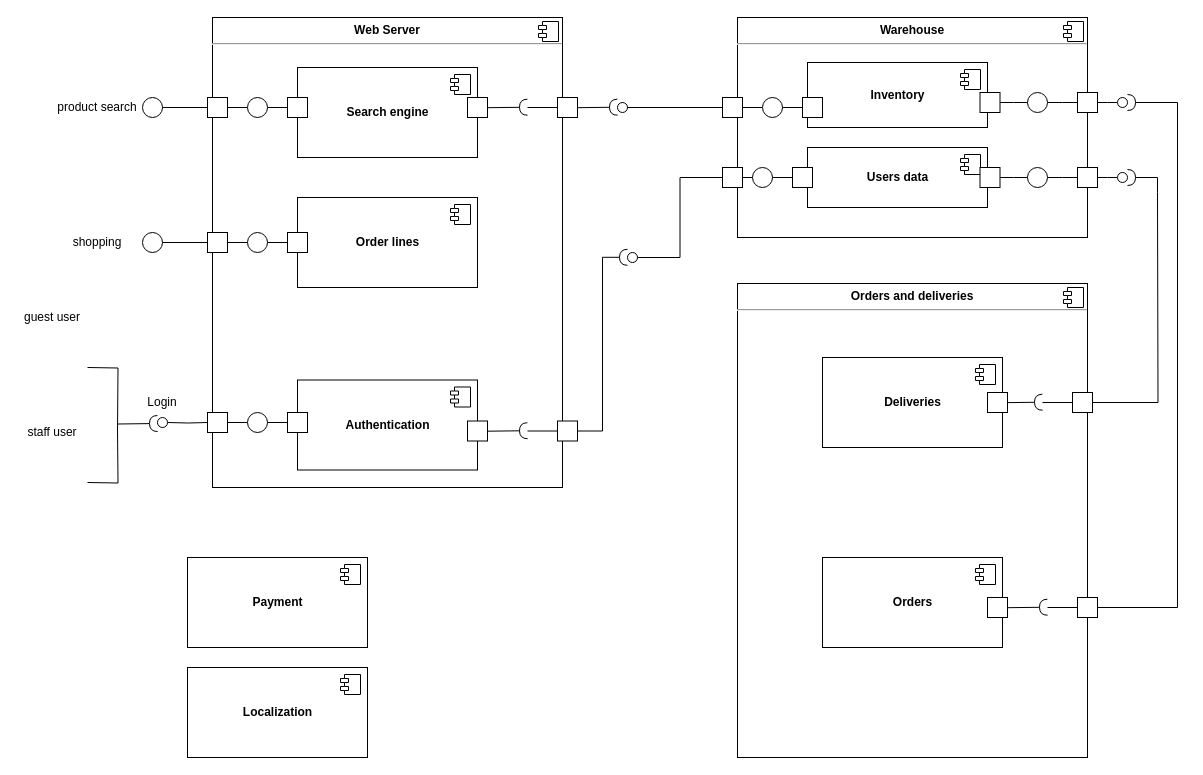
This is component_diagram.drawio from hintermeier-t/projet_6_solution_technique, a draw.io file, before an edit. Source tidied: cells renumbered, new cells numbered last; positions are measured from the earlier drawing's top-left corner, leaving out a move shared by most shapes. Both pictures are drawn from the tidied source at 100%, with x=0, y=0 at pixel (17, 17).
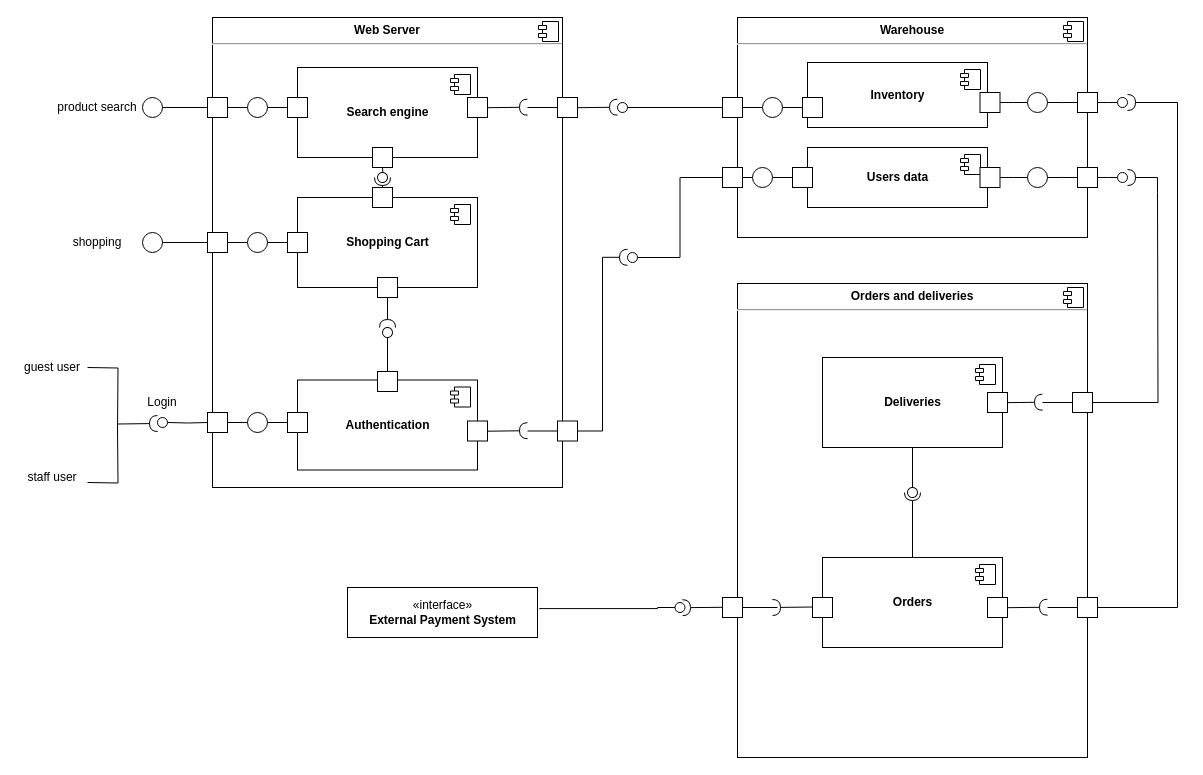
After the change.

Commit message (it also covers changes not shown here):
Mise à jour du diagramme de composants final, script SQL

The change refers to these unchanged cells:
```xml
<mxCell id="12" value="&lt;b&gt;Authentication&lt;/b&gt;" style="html=1;" parent="1" vertex="1">
  <mxGeometry x="280" y="362.5" width="180" height="90" as="geometry" />
</mxCell>
<mxCell id="18" value="&lt;b&gt;Orders&lt;/b&gt;" style="html=1;" parent="1" vertex="1">
  <mxGeometry x="805" y="540" width="180" height="90" as="geometry" />
</mxCell>
<mxCell id="20" value="&lt;b&gt;Deliveries&lt;/b&gt;" style="html=1;" parent="1" vertex="1">
  <mxGeometry x="805" y="340" width="180" height="90" as="geometry" />
</mxCell>
```

What changed in the source:
```diff
@@
     <mxCell id="11" value="staff user" style="text;html=1;strokeColor=none;fillColor=none;align=center;verticalAlign=middle;whiteSpace=wrap;rounded=0;" parent="1" vertex="1">
-      <mxGeometry y="405" width="70" height="20" as="geometry" />
+      <mxGeometry y="450" width="70" height="20" as="geometry" />
     </mxCell>
@@
-    <mxCell id="16" value="&lt;b&gt;Order lines&lt;/b&gt;" style="html=1;" parent="1" vertex="1">
+    <mxCell id="16" value="&lt;b&gt;Shopping Cart&lt;/b&gt;" style="html=1;" parent="1" vertex="1">
       <mxGeometry x="280" y="180" width="180" height="90" as="geometry" />
     </mxCell>
@@
-    <mxCell id="22" value="&lt;b&gt;Payment&lt;/b&gt;" style="html=1;" parent="1" vertex="1">
-      <mxGeometry x="170" y="540" width="180" height="90" as="geometry" />
-    </mxCell>
-    <mxCell id="23" style="shape=component;jettyWidth=8;jettyHeight=4;" parent="22" vertex="1">
-      <mxGeometry x="1" width="20" height="20" relative="1" as="geometry">
-        <mxPoint x="-27" y="7" as="offset" />
-      </mxGeometry>
-    </mxCell>
@@
     <mxCell id="25" value="guest user" style="text;html=1;strokeColor=none;fillColor=none;align=center;verticalAlign=middle;whiteSpace=wrap;rounded=0;" parent="1" vertex="1">
-      <mxGeometry y="290" width="70" height="20" as="geometry" />
+      <mxGeometry y="340" width="70" height="20" as="geometry" />
     </mxCell>
@@
-    <mxCell id="64" value="&lt;b&gt;Localization&lt;/b&gt;" style="html=1;" parent="1" vertex="1">
-      <mxGeometry x="170" y="650" width="180" height="90" as="geometry" />
-    </mxCell>
-    <mxCell id="65" style="shape=component;jettyWidth=8;jettyHeight=4;" parent="64" vertex="1">
-      <mxGeometry x="1" width="20" height="20" relative="1" as="geometry">
-        <mxPoint x="-27" y="7" as="offset" />
-      </mxGeometry>
-    </mxCell>
@@
+    <mxCell id="105" style="rounded=0;whiteSpace=wrap;html=1;" parent="1" vertex="1">
+      <mxGeometry x="795" y="580" width="20" height="20" as="geometry" />
+    </mxCell>
+    <mxCell id="106" style="rounded=0;orthogonalLoop=1;jettySize=auto;html=1;endArrow=halfCircle;endFill=0;endSize=6;strokeWidth=1;" parent="1" edge="1">
+      <mxGeometry relative="1" as="geometry">
+        <mxPoint x="705" y="589.8" as="sourcePoint" />
+        <mxPoint x="665" y="590.2" as="targetPoint" />
+      </mxGeometry>
+    </mxCell>
+    <mxCell id="107" style="rounded=0;whiteSpace=wrap;html=1;" parent="1" vertex="1">
+      <mxGeometry x="705" y="580" width="20" height="20" as="geometry" />
+    </mxCell>
+    <mxCell id="108" style="rounded=0;orthogonalLoop=1;jettySize=auto;html=1;endArrow=halfCircle;endFill=0;endSize=6;strokeWidth=1;" parent="1" edge="1">
+      <mxGeometry relative="1" as="geometry">
+        <mxPoint x="795" y="589.5" as="sourcePoint" />
+        <mxPoint x="755" y="590" as="targetPoint" />
+      </mxGeometry>
+    </mxCell>
+    <mxCell id="109" style="edgeStyle=orthogonalEdgeStyle;rounded=0;jettySize=auto;html=1;endArrow=none;endFill=0;entryX=1;entryY=0.5;entryDx=0;entryDy=0;" parent="1" edge="1" target="107">
+      <mxGeometry relative="1" as="geometry">
+        <mxPoint x="760" y="590" as="sourcePoint" />
+      </mxGeometry>
+    </mxCell>
+    <mxCell id="110" value="«interface»&lt;br&gt;&lt;b&gt;External Payment System&lt;/b&gt;" style="html=1;" parent="1" vertex="1">
+      <mxGeometry x="330" y="570" width="190" height="50" as="geometry" />
+    </mxCell>
+    <mxCell id="111" style="edgeStyle=elbowEdgeStyle;rounded=0;jettySize=auto;html=1;endArrow=none;endFill=0;entryX=1.009;entryY=0.422;entryDx=0;entryDy=0;entryPerimeter=0;" parent="1" edge="1" source="112" target="110">
+      <mxGeometry relative="1" as="geometry">
+        <Array as="points">
+          <mxPoint x="640" y="590" />
+        </Array>
+      </mxGeometry>
+    </mxCell>
+    <mxCell id="112" style="ellipse;whiteSpace=wrap;html=1;direction=east;" parent="1" vertex="1">
+      <mxGeometry x="657.5" y="585" width="10" height="10" as="geometry" />
+    </mxCell>
+    <mxCell id="113" style="rounded=0;jettySize=auto;html=1;endArrow=none;endFill=0;" parent="1" edge="1" source="20" target="115">
+      <mxGeometry relative="1" as="geometry" />
+    </mxCell>
+    <mxCell id="114" style="rounded=0;jettySize=auto;html=1;endArrow=halfCircle;endFill=0;entryX=0.5;entryY=0.5;entryDx=0;entryDy=0;endSize=6;strokeWidth=1;exitX=0.5;exitY=0;exitDx=0;exitDy=0;" parent="1" edge="1" source="18" target="115">
+      <mxGeometry relative="1" as="geometry" />
+    </mxCell>
+    <mxCell id="115" style="ellipse;whiteSpace=wrap;html=1;fontFamily=Helvetica;fontSize=12;fontColor=#000000;align=center;strokeColor=#000000;fillColor=#ffffff;points=[];direction=east;rotation=126;" parent="1" vertex="1">
+      <mxGeometry x="890" y="470" width="10" height="10" as="geometry" />
+    </mxCell>
+    <mxCell id="116" style="rounded=0;jettySize=auto;html=1;endArrow=none;endFill=0;exitX=0.5;exitY=0;exitDx=0;exitDy=0;" parent="1" edge="1" source="12">
+      <mxGeometry relative="1" as="geometry">
+        <mxPoint x="370" y="320" as="targetPoint" />
+      </mxGeometry>
+    </mxCell>
+    <mxCell id="117" style="rounded=0;jettySize=auto;html=1;endArrow=halfCircle;endFill=0;endSize=6;strokeWidth=1;exitX=0.5;exitY=1;exitDx=0;exitDy=0;" parent="1" edge="1" source="120">
+      <mxGeometry relative="1" as="geometry">
+        <mxPoint x="370" y="310" as="targetPoint" />
+      </mxGeometry>
+    </mxCell>
+    <mxCell id="118" style="ellipse;whiteSpace=wrap;html=1;fontFamily=Helvetica;fontSize=12;fontColor=#000000;align=center;strokeColor=#000000;fillColor=#ffffff;direction=east;rotation=126;" parent="1" vertex="1">
+      <mxGeometry x="365" y="310" width="10" height="10" as="geometry" />
+    </mxCell>
+    <mxCell id="119" style="rounded=0;whiteSpace=wrap;html=1;" parent="1" vertex="1">
+      <mxGeometry x="360" y="354" width="20" height="20" as="geometry" />
+    </mxCell>
+    <mxCell id="120" style="rounded=0;whiteSpace=wrap;html=1;" parent="1" vertex="1">
+      <mxGeometry x="360" y="260" width="20" height="20" as="geometry" />
+    </mxCell>
+    <mxCell id="121" style="ellipse;whiteSpace=wrap;html=1;fontFamily=Helvetica;fontSize=12;fontColor=#000000;align=center;strokeColor=#000000;fillColor=#ffffff;points=[];direction=east;rotation=126;" parent="1" vertex="1">
+      <mxGeometry x="360" y="155" width="10" height="10" as="geometry" />
+    </mxCell>
+    <mxCell id="122" style="rounded=0;orthogonalLoop=1;jettySize=auto;html=1;endArrow=halfCircle;endFill=0;endSize=6;strokeWidth=1;" parent="1" edge="1">
+      <mxGeometry relative="1" as="geometry">
+        <mxPoint x="365" y="180" as="sourcePoint" />
+        <mxPoint x="365" y="160" as="targetPoint" />
+      </mxGeometry>
+    </mxCell>
+    <mxCell id="123" style="rounded=0;whiteSpace=wrap;html=1;" parent="1" vertex="1">
+      <mxGeometry x="355" y="170" width="20" height="20" as="geometry" />
+    </mxCell>
+    <mxCell id="124" style="rounded=0;whiteSpace=wrap;html=1;" parent="1" vertex="1">
+      <mxGeometry x="355" y="130" width="20" height="20" as="geometry" />
+    </mxCell>
+    <mxCell id="125" style="edgeStyle=orthogonalEdgeStyle;rounded=0;jettySize=auto;html=1;endArrow=none;endFill=0;entryX=0.5;entryY=1;entryDx=0;entryDy=0;" parent="1" edge="1" source="121" target="124">
+      <mxGeometry relative="1" as="geometry">
+        <Array as="points">
+          <mxPoint x="365" y="160" />
+        </Array>
+      </mxGeometry>
+    </mxCell>
```
